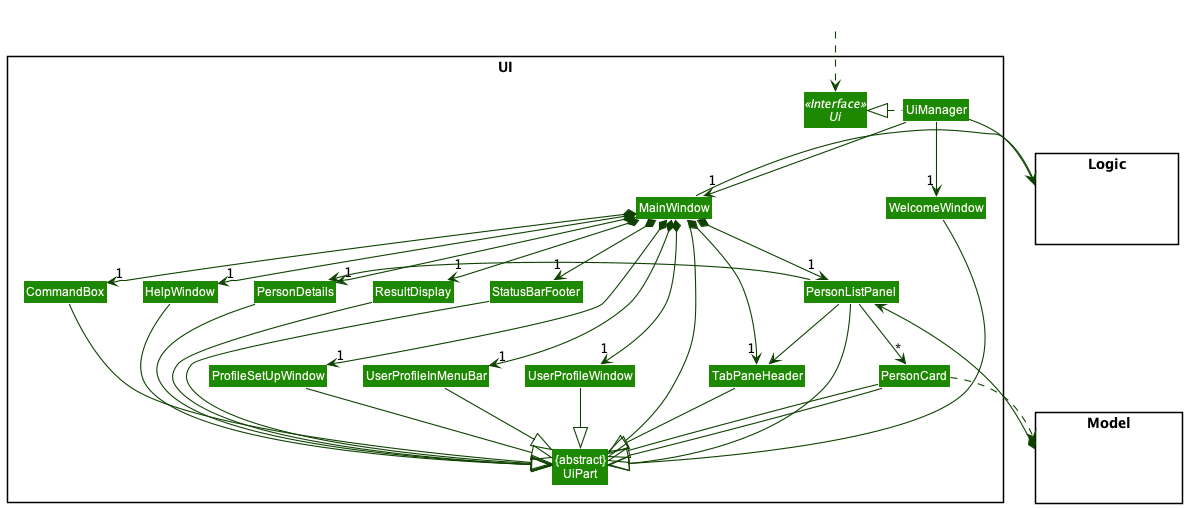
This is docs/images/UiClassDiagram.png from nus-cs2103-AY2122S1/tp, a PlantUML export, as it was before one commit.
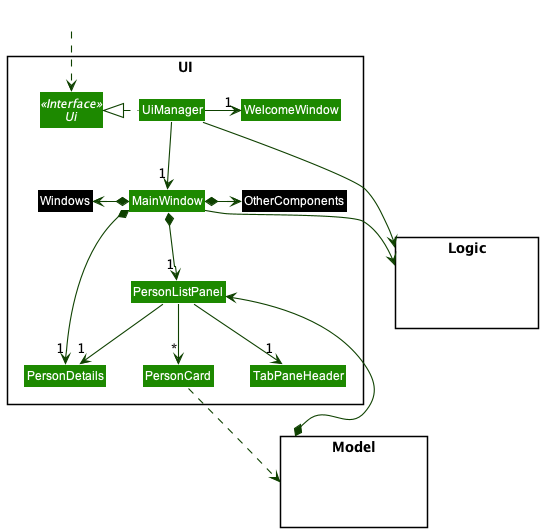
The same file after the commit.

What changed in the source:
```diff
@@ -6,21 +6,15 @@
 
 package UI <<Rectangle>>{
 Interface Ui <<Interface>>
-Class "{abstract}\nUiPart" as UiPart
 Class UiManager
 Class MainWindow
-Class HelpWindow
-Class ProfileSetUpWindow
-Class UserProfileWindow
 Class WelcomeWindow
-Class UserProfileInMenuBar
-Class ResultDisplay
 Class PersonListPanel
 Class PersonCard
-Class StatusBarFooter
-Class CommandBox
 Class PersonDetails
 Class TabPaneHeader
+Class Windows #000000
+Class OtherComponents #000000
 }
 
 package Model <<Rectangle>> {
@@ -36,47 +30,20 @@
 
 UiManager .left.|> Ui
 UiManager -down-> "1" MainWindow
-UiManager -down-> "1" WelcomeWindow
-MainWindow *-down->  "1" CommandBox
-MainWindow *-down-> "1" ResultDisplay
+UiManager -right-> "1" WelcomeWindow
 MainWindow *-down-> "1" PersonListPanel
-MainWindow *-down-> "1" StatusBarFooter
-MainWindow *-down-> "1" TabPaneHeader
-MainWindow *-down-> "1" PersonDetails
-MainWindow *-down-> "1" HelpWindow
-MainWindow *-down-> "1" ProfileSetUpWindow
-MainWindow *-down-> "1" UserProfileWindow
-MainWindow *-down-> "1" UserProfileInMenuBar
+MainWindow *-right-> "1" PersonDetails
+MainWindow *-left-> Windows
+MainWindow *-right-> OtherComponents
+
 PersonListPanel --> "*" PersonCard
-PersonListPanel -left-> PersonDetails
-PersonListPanel -down-> TabPaneHeader
-
-MainWindow -left-|> UiPart
-
-ResultDisplay --|> UiPart
-CommandBox --|> UiPart
-PersonListPanel --|> UiPart
-PersonCard --|> UiPart
-StatusBarFooter --|> UiPart
-HelpWindow --|> UiPart
-ProfileSetUpWindow --|> UiPart
-UserProfileWindow --|> UiPart
-WelcomeWindow --|> UiPart
-UserProfileInMenuBar --|> UiPart
-PersonCard --|> UiPart
-PersonDetails --|> UiPart
-TabPaneHeader --|> UiPart
+PersonListPanel --> "1" PersonDetails
+PersonListPanel --> "1" TabPaneHeader
 
 PersonCard ..> Model
-UiManager -right-> Logic
-MainWindow -left-> Logic
+UiManager --> Logic
+MainWindow --> Logic
 
-PersonListPanel -[hidden]left- HelpWindow
-HelpWindow -[hidden]left- CommandBox
-CommandBox -[hidden]left- ResultDisplay
-ResultDisplay -[hidden]left- StatusBarFooter
+Model *--> PersonListPanel
 
-Model *-down-> PersonListPanel
-
-MainWindow -[hidden]-|> UiPart
 @enduml
```
